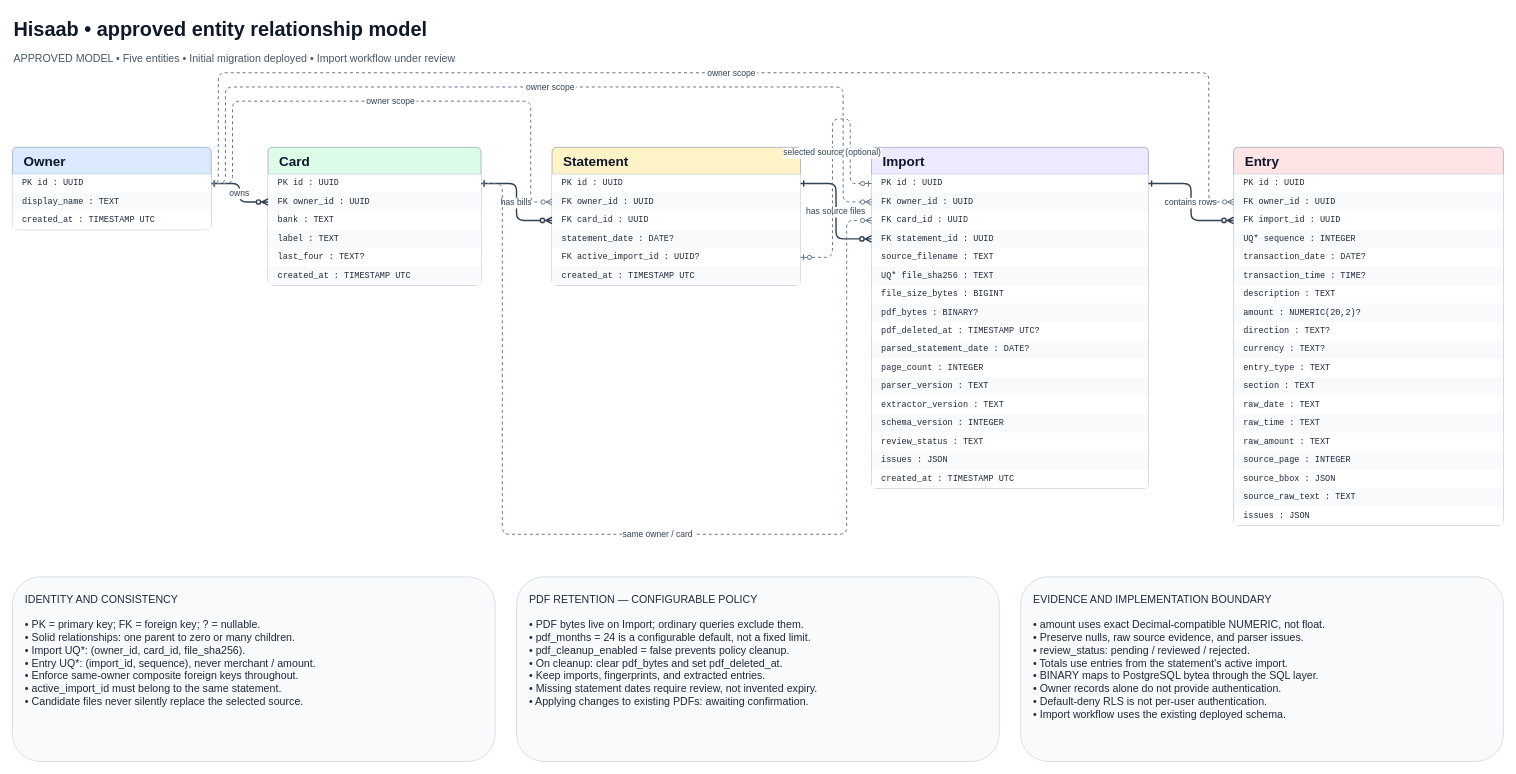
furquan1993/hisaab keeps this draw.io diagram as docs/schema/hisaab-er.drawio. Above is the earlier version. Source tidied: cells renumbered, new cells numbered last; positions are measured from the earlier drawing's top-left corner, leaving out a move shared by most shapes. Both pictures are drawn from the tidied source at 71%, with x=0, y=0 at pixel (12, 12).
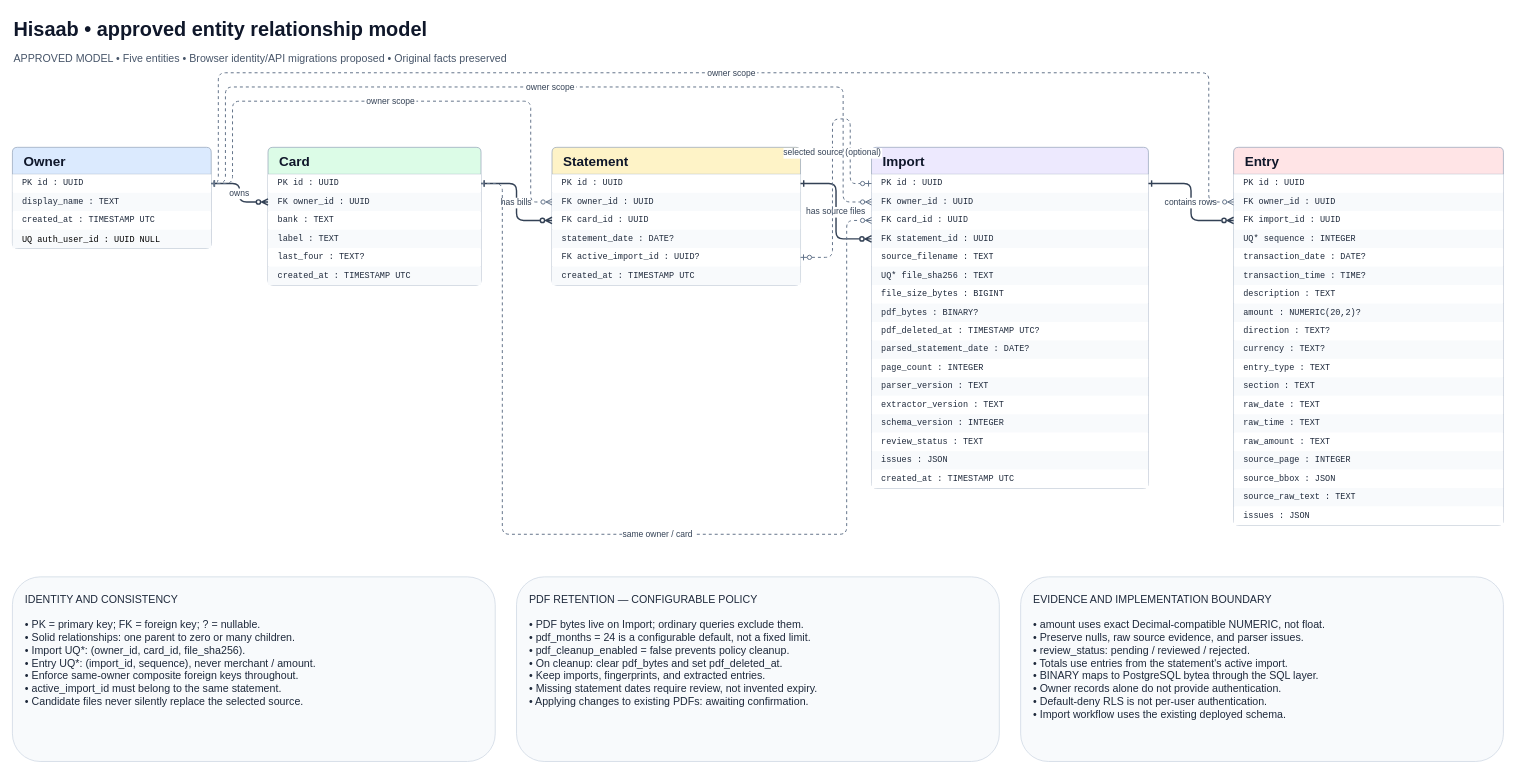
After the change.

Diff of the diagram source:
```diff
@@
-    <mxCell id="3" value="APPROVED MODEL • Five entities • Initial migration deployed • Import workflow under review" style="text;html=0;align=left;fontSize=15;fontColor=#475569;" parent="1" vertex="1">
+    <mxCell id="3" value="APPROVED MODEL • Five entities • Browser identity/API migrations proposed • Original facts preserved" style="text;html=0;align=left;fontSize=15;fontColor=#475569;" parent="1" vertex="1">
       <mxGeometry y="50" width="2100" height="26" as="geometry" />
     </mxCell>
     <mxCell id="4" value="Owner" style="swimlane;html=0;startSize=38;horizontal=1;rounded=1;arcSize=6;fillColor=#dbeafe;swimlaneFillColor=#ffffff;strokeColor=#94a3b8;fontSize=19;fontStyle=1;fontColor=#0f172a;align=left;spacingLeft=14;" parent="1" vertex="1">
-      <mxGeometry y="190" width="280" height="116" as="geometry" />
+      <mxGeometry y="190" width="280" height="142" as="geometry" />
     </mxCell>
@@
+    <mxCell id="72" value="UQ  auth_user_id : UUID NULL" style="text;html=0;align=left;verticalAlign=middle;spacingLeft=12;fontFamily=Courier New;fontSize=12;fillColor=#f8fafc;strokeColor=none;" parent="4" vertex="1">
+      <mxGeometry y="116" width="280" height="26" as="geometry" />
+    </mxCell>
```
